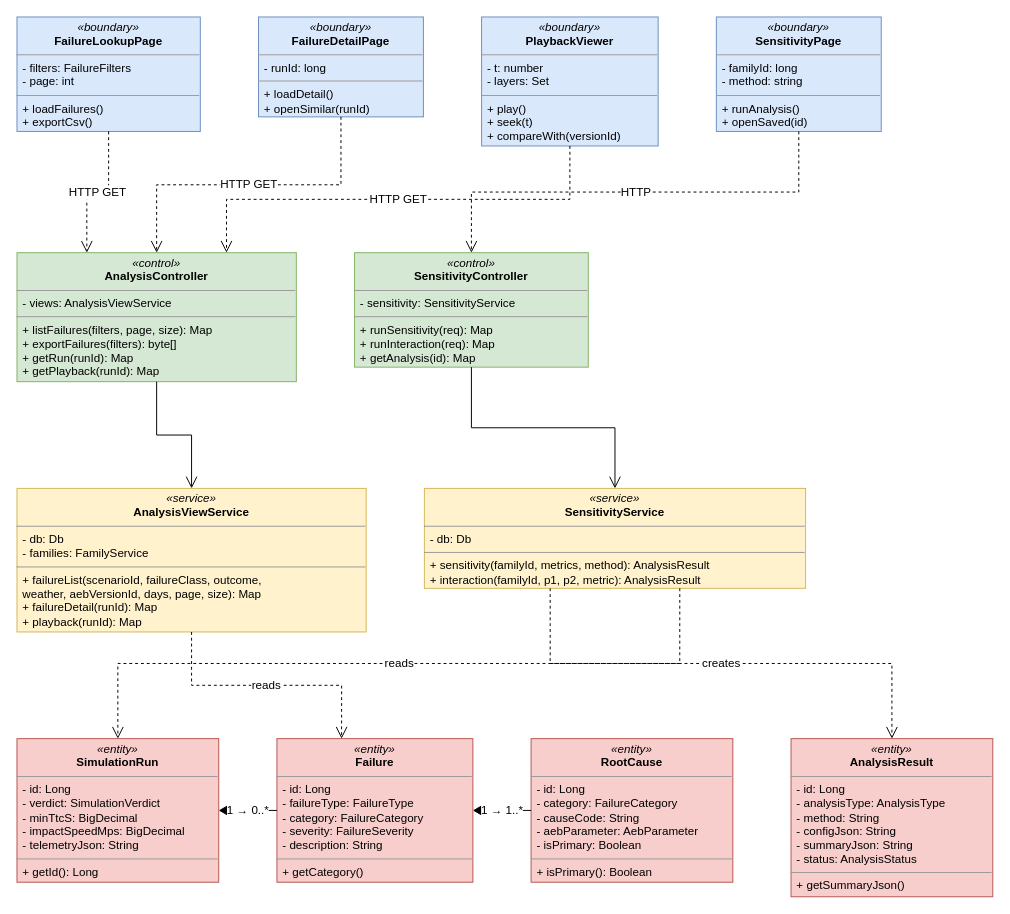
Earlier version of the draw.io diagram docs/report/diagrams/fe09-11/fe11-class.drawio (Menakanchi/SEP490-FA26-G15). Source tidied: cells renumbered, new cells numbered last; positions are measured from the earlier drawing's top-left corner, leaving out a move shared by most shapes. Both pictures are drawn from the tidied source at 97%, with x=0, y=0 at pixel (16, 16).
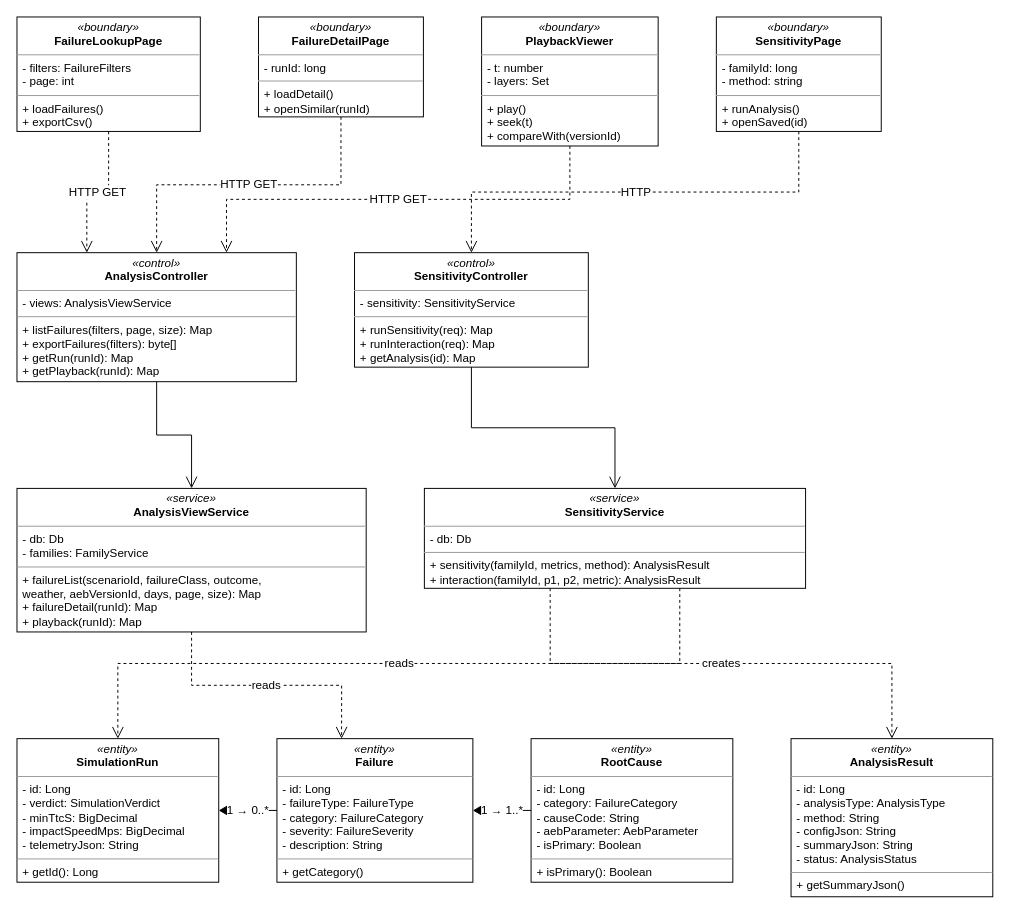
The same diagram, later.

The edit, as a diff of the source:
```diff
@@
-    <mxCell id="2" value="&lt;p style=&quot;margin:0;margin-top:4px;text-align:center;&quot;&gt;&lt;i&gt;&amp;laquo;boundary&amp;raquo;&lt;/i&gt;&lt;br&gt;&lt;b&gt;FailureLookupPage&lt;/b&gt;&lt;/p&gt;&lt;hr size=&quot;1&quot;&gt;&lt;p style=&quot;margin:0 0 0 6px;&quot;&gt;- filters: FailureFilters&lt;br&gt;- page: int&lt;/p&gt;&lt;hr size=&quot;1&quot;&gt;&lt;p style=&quot;margin:0 0 0 6px;&quot;&gt;+ loadFailures()&lt;br&gt;+ exportCsv()&lt;/p&gt;" style="verticalAlign=top;align=left;overflow=fill;html=1;whiteSpace=wrap;fontFamily=Helvetica;fontSize=12;fillColor=#dae8fc;strokeColor=#6c8ebf;" parent="1" vertex="1">
+    <mxCell id="2" value="&lt;p style=&quot;margin:0;margin-top:4px;text-align:center;&quot;&gt;&lt;i&gt;&amp;laquo;boundary&amp;raquo;&lt;/i&gt;&lt;br&gt;&lt;b&gt;FailureLookupPage&lt;/b&gt;&lt;/p&gt;&lt;hr size=&quot;1&quot;&gt;&lt;p style=&quot;margin:0 0 0 6px;&quot;&gt;- filters: FailureFilters&lt;br&gt;- page: int&lt;/p&gt;&lt;hr size=&quot;1&quot;&gt;&lt;p style=&quot;margin:0 0 0 6px;&quot;&gt;+ loadFailures()&lt;br&gt;+ exportCsv()&lt;/p&gt;" style="verticalAlign=top;align=left;overflow=fill;html=1;whiteSpace=wrap;fontFamily=Helvetica;fontSize=12;fillColor=#ffffff;strokeColor=#000000;" parent="1" vertex="1">
       <mxGeometry width="189" height="118" as="geometry" />
     </mxCell>
-    <mxCell id="3" value="&lt;p style=&quot;margin:0;margin-top:4px;text-align:center;&quot;&gt;&lt;i&gt;&amp;laquo;boundary&amp;raquo;&lt;/i&gt;&lt;br&gt;&lt;b&gt;FailureDetailPage&lt;/b&gt;&lt;/p&gt;&lt;hr size=&quot;1&quot;&gt;&lt;p style=&quot;margin:0 0 0 6px;&quot;&gt;- runId: long&lt;/p&gt;&lt;hr size=&quot;1&quot;&gt;&lt;p style=&quot;margin:0 0 0 6px;&quot;&gt;+ loadDetail()&lt;br&gt;+ openSimilar(runId)&lt;/p&gt;" style="verticalAlign=top;align=left;overflow=fill;html=1;whiteSpace=wrap;fontFamily=Helvetica;fontSize=12;fillColor=#dae8fc;strokeColor=#6c8ebf;" parent="1" vertex="1">
+    <mxCell id="3" value="&lt;p style=&quot;margin:0;margin-top:4px;text-align:center;&quot;&gt;&lt;i&gt;&amp;laquo;boundary&amp;raquo;&lt;/i&gt;&lt;br&gt;&lt;b&gt;FailureDetailPage&lt;/b&gt;&lt;/p&gt;&lt;hr size=&quot;1&quot;&gt;&lt;p style=&quot;margin:0 0 0 6px;&quot;&gt;- runId: long&lt;/p&gt;&lt;hr size=&quot;1&quot;&gt;&lt;p style=&quot;margin:0 0 0 6px;&quot;&gt;+ loadDetail()&lt;br&gt;+ openSimilar(runId)&lt;/p&gt;" style="verticalAlign=top;align=left;overflow=fill;html=1;whiteSpace=wrap;fontFamily=Helvetica;fontSize=12;fillColor=#ffffff;strokeColor=#000000;" parent="1" vertex="1">
       <mxGeometry x="249" width="170" height="103" as="geometry" />
     </mxCell>
-    <mxCell id="4" value="&lt;p style=&quot;margin:0;margin-top:4px;text-align:center;&quot;&gt;&lt;i&gt;&amp;laquo;boundary&amp;raquo;&lt;/i&gt;&lt;br&gt;&lt;b&gt;PlaybackViewer&lt;/b&gt;&lt;/p&gt;&lt;hr size=&quot;1&quot;&gt;&lt;p style=&quot;margin:0 0 0 6px;&quot;&gt;- t: number&lt;br&gt;- layers: Set&lt;/p&gt;&lt;hr size=&quot;1&quot;&gt;&lt;p style=&quot;margin:0 0 0 6px;&quot;&gt;+ play()&lt;br&gt;+ seek(t)&lt;br&gt;+ compareWith(versionId)&lt;/p&gt;" style="verticalAlign=top;align=left;overflow=fill;html=1;whiteSpace=wrap;fontFamily=Helvetica;fontSize=12;fillColor=#dae8fc;strokeColor=#6c8ebf;" parent="1" vertex="1">
+    <mxCell id="4" value="&lt;p style=&quot;margin:0;margin-top:4px;text-align:center;&quot;&gt;&lt;i&gt;&amp;laquo;boundary&amp;raquo;&lt;/i&gt;&lt;br&gt;&lt;b&gt;PlaybackViewer&lt;/b&gt;&lt;/p&gt;&lt;hr size=&quot;1&quot;&gt;&lt;p style=&quot;margin:0 0 0 6px;&quot;&gt;- t: number&lt;br&gt;- layers: Set&lt;/p&gt;&lt;hr size=&quot;1&quot;&gt;&lt;p style=&quot;margin:0 0 0 6px;&quot;&gt;+ play()&lt;br&gt;+ seek(t)&lt;br&gt;+ compareWith(versionId)&lt;/p&gt;" style="verticalAlign=top;align=left;overflow=fill;html=1;whiteSpace=wrap;fontFamily=Helvetica;fontSize=12;fillColor=#ffffff;strokeColor=#000000;" parent="1" vertex="1">
       <mxGeometry x="479" width="182" height="133" as="geometry" />
     </mxCell>
-    <mxCell id="5" value="&lt;p style=&quot;margin:0;margin-top:4px;text-align:center;&quot;&gt;&lt;i&gt;&amp;laquo;boundary&amp;raquo;&lt;/i&gt;&lt;br&gt;&lt;b&gt;SensitivityPage&lt;/b&gt;&lt;/p&gt;&lt;hr size=&quot;1&quot;&gt;&lt;p style=&quot;margin:0 0 0 6px;&quot;&gt;- familyId: long&lt;br&gt;- method: string&lt;/p&gt;&lt;hr size=&quot;1&quot;&gt;&lt;p style=&quot;margin:0 0 0 6px;&quot;&gt;+ runAnalysis()&lt;br&gt;+ openSaved(id)&lt;/p&gt;" style="verticalAlign=top;align=left;overflow=fill;html=1;whiteSpace=wrap;fontFamily=Helvetica;fontSize=12;fillColor=#dae8fc;strokeColor=#6c8ebf;" parent="1" vertex="1">
+    <mxCell id="5" value="&lt;p style=&quot;margin:0;margin-top:4px;text-align:center;&quot;&gt;&lt;i&gt;&amp;laquo;boundary&amp;raquo;&lt;/i&gt;&lt;br&gt;&lt;b&gt;SensitivityPage&lt;/b&gt;&lt;/p&gt;&lt;hr size=&quot;1&quot;&gt;&lt;p style=&quot;margin:0 0 0 6px;&quot;&gt;- familyId: long&lt;br&gt;- method: string&lt;/p&gt;&lt;hr size=&quot;1&quot;&gt;&lt;p style=&quot;margin:0 0 0 6px;&quot;&gt;+ runAnalysis()&lt;br&gt;+ openSaved(id)&lt;/p&gt;" style="verticalAlign=top;align=left;overflow=fill;html=1;whiteSpace=wrap;fontFamily=Helvetica;fontSize=12;fillColor=#ffffff;strokeColor=#000000;" parent="1" vertex="1">
       <mxGeometry x="721" width="170" height="118" as="geometry" />
     </mxCell>
-    <mxCell id="6" value="&lt;p style=&quot;margin:0;margin-top:4px;text-align:center;&quot;&gt;&lt;i&gt;&amp;laquo;control&amp;raquo;&lt;/i&gt;&lt;br&gt;&lt;b&gt;AnalysisController&lt;/b&gt;&lt;/p&gt;&lt;hr size=&quot;1&quot;&gt;&lt;p style=&quot;margin:0 0 0 6px;&quot;&gt;- views: AnalysisViewService&lt;/p&gt;&lt;hr size=&quot;1&quot;&gt;&lt;p style=&quot;margin:0 0 0 6px;&quot;&gt;+ listFailures(filters, page, size): Map&lt;br&gt;+ exportFailures(filters): byte[]&lt;br&gt;+ getRun(runId): Map&lt;br&gt;+ getPlayback(runId): Map&lt;/p&gt;" style="verticalAlign=top;align=left;overflow=fill;html=1;whiteSpace=wrap;fontFamily=Helvetica;fontSize=12;fillColor=#d5e8d4;strokeColor=#82b366;" parent="1" vertex="1">
+    <mxCell id="6" value="&lt;p style=&quot;margin:0;margin-top:4px;text-align:center;&quot;&gt;&lt;i&gt;&amp;laquo;control&amp;raquo;&lt;/i&gt;&lt;br&gt;&lt;b&gt;AnalysisController&lt;/b&gt;&lt;/p&gt;&lt;hr size=&quot;1&quot;&gt;&lt;p style=&quot;margin:0 0 0 6px;&quot;&gt;- views: AnalysisViewService&lt;/p&gt;&lt;hr size=&quot;1&quot;&gt;&lt;p style=&quot;margin:0 0 0 6px;&quot;&gt;+ listFailures(filters, page, size): Map&lt;br&gt;+ exportFailures(filters): byte[]&lt;br&gt;+ getRun(runId): Map&lt;br&gt;+ getPlayback(runId): Map&lt;/p&gt;" style="verticalAlign=top;align=left;overflow=fill;html=1;whiteSpace=wrap;fontFamily=Helvetica;fontSize=12;fillColor=#ffffff;strokeColor=#000000;" parent="1" vertex="1">
       <mxGeometry y="243" width="288" height="133" as="geometry" />
     </mxCell>
-    <mxCell id="7" value="&lt;p style=&quot;margin:0;margin-top:4px;text-align:center;&quot;&gt;&lt;i&gt;&amp;laquo;control&amp;raquo;&lt;/i&gt;&lt;br&gt;&lt;b&gt;SensitivityController&lt;/b&gt;&lt;/p&gt;&lt;hr size=&quot;1&quot;&gt;&lt;p style=&quot;margin:0 0 0 6px;&quot;&gt;- sensitivity: SensitivityService&lt;/p&gt;&lt;hr size=&quot;1&quot;&gt;&lt;p style=&quot;margin:0 0 0 6px;&quot;&gt;+ runSensitivity(req): Map&lt;br&gt;+ runInteraction(req): Map&lt;br&gt;+ getAnalysis(id): Map&lt;/p&gt;" style="verticalAlign=top;align=left;overflow=fill;html=1;whiteSpace=wrap;fontFamily=Helvetica;fontSize=12;fillColor=#d5e8d4;strokeColor=#82b366;" parent="1" vertex="1">
+    <mxCell id="7" value="&lt;p style=&quot;margin:0;margin-top:4px;text-align:center;&quot;&gt;&lt;i&gt;&amp;laquo;control&amp;raquo;&lt;/i&gt;&lt;br&gt;&lt;b&gt;SensitivityController&lt;/b&gt;&lt;/p&gt;&lt;hr size=&quot;1&quot;&gt;&lt;p style=&quot;margin:0 0 0 6px;&quot;&gt;- sensitivity: SensitivityService&lt;/p&gt;&lt;hr size=&quot;1&quot;&gt;&lt;p style=&quot;margin:0 0 0 6px;&quot;&gt;+ runSensitivity(req): Map&lt;br&gt;+ runInteraction(req): Map&lt;br&gt;+ getAnalysis(id): Map&lt;/p&gt;" style="verticalAlign=top;align=left;overflow=fill;html=1;whiteSpace=wrap;fontFamily=Helvetica;fontSize=12;fillColor=#ffffff;strokeColor=#000000;" parent="1" vertex="1">
       <mxGeometry x="348" y="243" width="241" height="118" as="geometry" />
     </mxCell>
-    <mxCell id="8" value="&lt;p style=&quot;margin:0;margin-top:4px;text-align:center;&quot;&gt;&lt;i&gt;&amp;laquo;service&amp;raquo;&lt;/i&gt;&lt;br&gt;&lt;b&gt;AnalysisViewService&lt;/b&gt;&lt;/p&gt;&lt;hr size=&quot;1&quot;&gt;&lt;p style=&quot;margin:0 0 0 6px;&quot;&gt;- db: Db&lt;br&gt;- families: FamilyService&lt;/p&gt;&lt;hr size=&quot;1&quot;&gt;&lt;p style=&quot;margin:0 0 0 6px;&quot;&gt;+ failureList(scenarioId, failureClass, outcome,&lt;br&gt;      weather, aebVersionId, days, page, size): Map&lt;br&gt;+ failureDetail(runId): Map&lt;br&gt;+ playback(runId): Map&lt;/p&gt;" style="verticalAlign=top;align=left;overflow=fill;html=1;whiteSpace=wrap;fontFamily=Helvetica;fontSize=12;fillColor=#fff2cc;strokeColor=#d6b656;" parent="1" vertex="1">
+    <mxCell id="8" value="&lt;p style=&quot;margin:0;margin-top:4px;text-align:center;&quot;&gt;&lt;i&gt;&amp;laquo;service&amp;raquo;&lt;/i&gt;&lt;br&gt;&lt;b&gt;AnalysisViewService&lt;/b&gt;&lt;/p&gt;&lt;hr size=&quot;1&quot;&gt;&lt;p style=&quot;margin:0 0 0 6px;&quot;&gt;- db: Db&lt;br&gt;- families: FamilyService&lt;/p&gt;&lt;hr size=&quot;1&quot;&gt;&lt;p style=&quot;margin:0 0 0 6px;&quot;&gt;+ failureList(scenarioId, failureClass, outcome,&lt;br&gt;      weather, aebVersionId, days, page, size): Map&lt;br&gt;+ failureDetail(runId): Map&lt;br&gt;+ playback(runId): Map&lt;/p&gt;" style="verticalAlign=top;align=left;overflow=fill;html=1;whiteSpace=wrap;fontFamily=Helvetica;fontSize=12;fillColor=#ffffff;strokeColor=#000000;" parent="1" vertex="1">
       <mxGeometry y="486" width="360" height="148" as="geometry" />
     </mxCell>
-    <mxCell id="9" value="&lt;p style=&quot;margin:0;margin-top:4px;text-align:center;&quot;&gt;&lt;i&gt;&amp;laquo;service&amp;raquo;&lt;/i&gt;&lt;br&gt;&lt;b&gt;SensitivityService&lt;/b&gt;&lt;/p&gt;&lt;hr size=&quot;1&quot;&gt;&lt;p style=&quot;margin:0 0 0 6px;&quot;&gt;- db: Db&lt;/p&gt;&lt;hr size=&quot;1&quot;&gt;&lt;p style=&quot;margin:0 0 0 6px;&quot;&gt;+ sensitivity(familyId, metrics, method): AnalysisResult&lt;br&gt;+ interaction(familyId, p1, p2, metric): AnalysisResult&lt;/p&gt;" style="verticalAlign=top;align=left;overflow=fill;html=1;whiteSpace=wrap;fontFamily=Helvetica;fontSize=12;fillColor=#fff2cc;strokeColor=#d6b656;" parent="1" vertex="1">
+    <mxCell id="9" value="&lt;p style=&quot;margin:0;margin-top:4px;text-align:center;&quot;&gt;&lt;i&gt;&amp;laquo;service&amp;raquo;&lt;/i&gt;&lt;br&gt;&lt;b&gt;SensitivityService&lt;/b&gt;&lt;/p&gt;&lt;hr size=&quot;1&quot;&gt;&lt;p style=&quot;margin:0 0 0 6px;&quot;&gt;- db: Db&lt;/p&gt;&lt;hr size=&quot;1&quot;&gt;&lt;p style=&quot;margin:0 0 0 6px;&quot;&gt;+ sensitivity(familyId, metrics, method): AnalysisResult&lt;br&gt;+ interaction(familyId, p1, p2, metric): AnalysisResult&lt;/p&gt;" style="verticalAlign=top;align=left;overflow=fill;html=1;whiteSpace=wrap;fontFamily=Helvetica;fontSize=12;fillColor=#ffffff;strokeColor=#000000;" parent="1" vertex="1">
       <mxGeometry x="420" y="486" width="393" height="103" as="geometry" />
     </mxCell>
-    <mxCell id="10" value="&lt;p style=&quot;margin:0;margin-top:4px;text-align:center;&quot;&gt;&lt;i&gt;&amp;laquo;entity&amp;raquo;&lt;/i&gt;&lt;br&gt;&lt;b&gt;SimulationRun&lt;/b&gt;&lt;/p&gt;&lt;hr size=&quot;1&quot;&gt;&lt;p style=&quot;margin:0 0 0 6px;&quot;&gt;- id: Long&lt;br&gt;- verdict: SimulationVerdict&lt;br&gt;- minTtcS: BigDecimal&lt;br&gt;- impactSpeedMps: BigDecimal&lt;br&gt;- telemetryJson: String&lt;/p&gt;&lt;hr size=&quot;1&quot;&gt;&lt;p style=&quot;margin:0 0 0 6px;&quot;&gt;+ getId(): Long&lt;/p&gt;" style="verticalAlign=top;align=left;overflow=fill;html=1;whiteSpace=wrap;fontFamily=Helvetica;fontSize=12;fillColor=#f8cecc;strokeColor=#b85450;" parent="1" vertex="1">
+    <mxCell id="10" value="&lt;p style=&quot;margin:0;margin-top:4px;text-align:center;&quot;&gt;&lt;i&gt;&amp;laquo;entity&amp;raquo;&lt;/i&gt;&lt;br&gt;&lt;b&gt;SimulationRun&lt;/b&gt;&lt;/p&gt;&lt;hr size=&quot;1&quot;&gt;&lt;p style=&quot;margin:0 0 0 6px;&quot;&gt;- id: Long&lt;br&gt;- verdict: SimulationVerdict&lt;br&gt;- minTtcS: BigDecimal&lt;br&gt;- impactSpeedMps: BigDecimal&lt;br&gt;- telemetryJson: String&lt;/p&gt;&lt;hr size=&quot;1&quot;&gt;&lt;p style=&quot;margin:0 0 0 6px;&quot;&gt;+ getId(): Long&lt;/p&gt;" style="verticalAlign=top;align=left;overflow=fill;html=1;whiteSpace=wrap;fontFamily=Helvetica;fontSize=12;fillColor=#ffffff;strokeColor=#000000;" parent="1" vertex="1">
       <mxGeometry y="744" width="208" height="148" as="geometry" />
     </mxCell>
-    <mxCell id="11" value="&lt;p style=&quot;margin:0;margin-top:4px;text-align:center;&quot;&gt;&lt;i&gt;&amp;laquo;entity&amp;raquo;&lt;/i&gt;&lt;br&gt;&lt;b&gt;Failure&lt;/b&gt;&lt;/p&gt;&lt;hr size=&quot;1&quot;&gt;&lt;p style=&quot;margin:0 0 0 6px;&quot;&gt;- id: Long&lt;br&gt;- failureType: FailureType&lt;br&gt;- category: FailureCategory&lt;br&gt;- severity: FailureSeverity&lt;br&gt;- description: String&lt;/p&gt;&lt;hr size=&quot;1&quot;&gt;&lt;p style=&quot;margin:0 0 0 6px;&quot;&gt;+ getCategory()&lt;/p&gt;" style="verticalAlign=top;align=left;overflow=fill;html=1;whiteSpace=wrap;fontFamily=Helvetica;fontSize=12;fillColor=#f8cecc;strokeColor=#b85450;" parent="1" vertex="1">
+    <mxCell id="11" value="&lt;p style=&quot;margin:0;margin-top:4px;text-align:center;&quot;&gt;&lt;i&gt;&amp;laquo;entity&amp;raquo;&lt;/i&gt;&lt;br&gt;&lt;b&gt;Failure&lt;/b&gt;&lt;/p&gt;&lt;hr size=&quot;1&quot;&gt;&lt;p style=&quot;margin:0 0 0 6px;&quot;&gt;- id: Long&lt;br&gt;- failureType: FailureType&lt;br&gt;- category: FailureCategory&lt;br&gt;- severity: FailureSeverity&lt;br&gt;- description: String&lt;/p&gt;&lt;hr size=&quot;1&quot;&gt;&lt;p style=&quot;margin:0 0 0 6px;&quot;&gt;+ getCategory()&lt;/p&gt;" style="verticalAlign=top;align=left;overflow=fill;html=1;whiteSpace=wrap;fontFamily=Helvetica;fontSize=12;fillColor=#ffffff;strokeColor=#000000;" parent="1" vertex="1">
       <mxGeometry x="268" y="744" width="202" height="148" as="geometry" />
     </mxCell>
-    <mxCell id="12" value="&lt;p style=&quot;margin:0;margin-top:4px;text-align:center;&quot;&gt;&lt;i&gt;&amp;laquo;entity&amp;raquo;&lt;/i&gt;&lt;br&gt;&lt;b&gt;RootCause&lt;/b&gt;&lt;/p&gt;&lt;hr size=&quot;1&quot;&gt;&lt;p style=&quot;margin:0 0 0 6px;&quot;&gt;- id: Long&lt;br&gt;- category: FailureCategory&lt;br&gt;- causeCode: String&lt;br&gt;- aebParameter: AebParameter&lt;br&gt;- isPrimary: Boolean&lt;/p&gt;&lt;hr size=&quot;1&quot;&gt;&lt;p style=&quot;margin:0 0 0 6px;&quot;&gt;+ isPrimary(): Boolean&lt;/p&gt;" style="verticalAlign=top;align=left;overflow=fill;html=1;whiteSpace=wrap;fontFamily=Helvetica;fontSize=12;fillColor=#f8cecc;strokeColor=#b85450;" parent="1" vertex="1">
+    <mxCell id="12" value="&lt;p style=&quot;margin:0;margin-top:4px;text-align:center;&quot;&gt;&lt;i&gt;&amp;laquo;entity&amp;raquo;&lt;/i&gt;&lt;br&gt;&lt;b&gt;RootCause&lt;/b&gt;&lt;/p&gt;&lt;hr size=&quot;1&quot;&gt;&lt;p style=&quot;margin:0 0 0 6px;&quot;&gt;- id: Long&lt;br&gt;- category: FailureCategory&lt;br&gt;- causeCode: String&lt;br&gt;- aebParameter: AebParameter&lt;br&gt;- isPrimary: Boolean&lt;/p&gt;&lt;hr size=&quot;1&quot;&gt;&lt;p style=&quot;margin:0 0 0 6px;&quot;&gt;+ isPrimary(): Boolean&lt;/p&gt;" style="verticalAlign=top;align=left;overflow=fill;html=1;whiteSpace=wrap;fontFamily=Helvetica;fontSize=12;fillColor=#ffffff;strokeColor=#000000;" parent="1" vertex="1">
       <mxGeometry x="530" y="744" width="208" height="148" as="geometry" />
     </mxCell>
-    <mxCell id="13" value="&lt;p style=&quot;margin:0;margin-top:4px;text-align:center;&quot;&gt;&lt;i&gt;&amp;laquo;entity&amp;raquo;&lt;/i&gt;&lt;br&gt;&lt;b&gt;AnalysisResult&lt;/b&gt;&lt;/p&gt;&lt;hr size=&quot;1&quot;&gt;&lt;p style=&quot;margin:0 0 0 6px;&quot;&gt;- id: Long&lt;br&gt;- analysisType: AnalysisType&lt;br&gt;- method: String&lt;br&gt;- configJson: String&lt;br&gt;- summaryJson: String&lt;br&gt;- status: AnalysisStatus&lt;/p&gt;&lt;hr size=&quot;1&quot;&gt;&lt;p style=&quot;margin:0 0 0 6px;&quot;&gt;+ getSummaryJson()&lt;/p&gt;" style="verticalAlign=top;align=left;overflow=fill;html=1;whiteSpace=wrap;fontFamily=Helvetica;fontSize=12;fillColor=#f8cecc;strokeColor=#b85450;" parent="1" vertex="1">
+    <mxCell id="13" value="&lt;p style=&quot;margin:0;margin-top:4px;text-align:center;&quot;&gt;&lt;i&gt;&amp;laquo;entity&amp;raquo;&lt;/i&gt;&lt;br&gt;&lt;b&gt;AnalysisResult&lt;/b&gt;&lt;/p&gt;&lt;hr size=&quot;1&quot;&gt;&lt;p style=&quot;margin:0 0 0 6px;&quot;&gt;- id: Long&lt;br&gt;- analysisType: AnalysisType&lt;br&gt;- method: String&lt;br&gt;- configJson: String&lt;br&gt;- summaryJson: String&lt;br&gt;- status: AnalysisStatus&lt;/p&gt;&lt;hr size=&quot;1&quot;&gt;&lt;p style=&quot;margin:0 0 0 6px;&quot;&gt;+ getSummaryJson()&lt;/p&gt;" style="verticalAlign=top;align=left;overflow=fill;html=1;whiteSpace=wrap;fontFamily=Helvetica;fontSize=12;fillColor=#ffffff;strokeColor=#000000;" parent="1" vertex="1">
       <mxGeometry x="798" y="744" width="208" height="163" as="geometry" />
     </mxCell>
```
